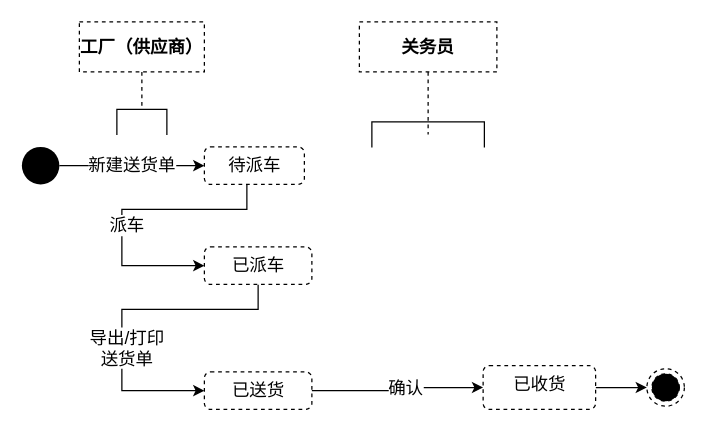
Above: page "送货单状态" (4 of 5) of shrine-doc/进区预约系统.drawio in easefulfil/CLOUDCARE (draw.io), before the change. Source tidied: cells renumbered, new cells numbered last; positions are measured from the earlier drawing's top-left corner, leaving out a move shared by most shapes. Both pictures are drawn from the tidied source at 125%, with x=0, y=0 at pixel (21, 21).
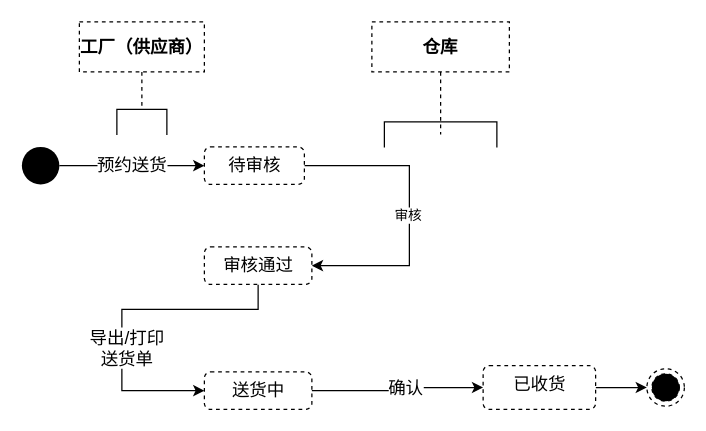
The same diagram, later.

Unchanged cells that the change refers to:
```xml
<mxCell id="3" style="ellipse;fillColor=#000000;strokeColor=none;dashed=1;fontSize=14;" parent="1" vertex="1">
  <mxGeometry y="100" width="30" height="30" as="geometry" />
</mxCell>
```

The edit, as a diff of the source:
```diff
@@
-    <mxCell id="2" value="新建送货单" style="edgeStyle=orthogonalEdgeStyle;rounded=0;jettySize=auto;html=1;fontSize=14;" parent="1" edge="1" source="3" target="6">
+    <mxCell id="2" value="预约送货" style="edgeStyle=orthogonalEdgeStyle;rounded=0;jettySize=auto;html=1;fontSize=14;" parent="1" edge="1" source="3" target="6">
       <mxGeometry relative="1" as="geometry" />
     </mxCell>
@@
-    <mxCell id="4" style="edgeStyle=orthogonalEdgeStyle;rounded=0;jettySize=auto;html=1;fontSize=14;" parent="1" edge="1" source="6" target="9">
+    <mxCell id="4" style="edgeStyle=orthogonalEdgeStyle;rounded=0;jettySize=auto;html=1;entryX=1;entryY=0.5;entryDx=0;entryDy=0;" parent="1" edge="1" source="6" target="9">
       <mxGeometry relative="1" as="geometry">
         <Array as="points">
-          <mxPoint x="180" y="150" />
-          <mxPoint x="80" y="150" />
-          <mxPoint x="80" y="195" />
+          <mxPoint x="310" y="115" />
+          <mxPoint x="310" y="195" />
         </Array>
       </mxGeometry>
     </mxCell>
-    <mxCell id="5" value="派车" style="edgeLabel;html=1;align=center;verticalAlign=middle;fontSize=14;" parent="4" vertex="1">
-      <mxGeometry x="0.01" y="-4" relative="1" as="geometry">
-        <mxPoint y="16" as="offset" />
-      </mxGeometry>
-    </mxCell>
+    <mxCell id="20" value="审核" style="edgeLabel;html=1;align=center;verticalAlign=middle;" parent="4" vertex="1">
+      <mxGeometry x="0.02" y="-2" relative="1" as="geometry" />
+    </mxCell>
-    <mxCell id="6" value="待派车" style="html=1;align=center;verticalAlign=top;rounded=1;absoluteArcSize=1;arcSize=10;dashed=1;fontSize=14;" parent="1" vertex="1">
+    <mxCell id="6" value="待审核" style="html=1;align=center;verticalAlign=top;rounded=1;absoluteArcSize=1;arcSize=10;dashed=1;fontSize=14;" parent="1" vertex="1">
       <mxGeometry x="146" y="100" width="80" height="30" as="geometry" />
     </mxCell>
@@
-    <mxCell id="9" value="已派车" style="html=1;align=center;verticalAlign=top;rounded=1;absoluteArcSize=1;arcSize=10;dashed=1;fontSize=14;" parent="1" vertex="1">
+    <mxCell id="9" value="审核通过" style="html=1;align=center;verticalAlign=top;rounded=1;absoluteArcSize=1;arcSize=10;dashed=1;fontSize=14;" parent="1" vertex="1">
       <mxGeometry x="146" y="180" width="86" height="30" as="geometry" />
     </mxCell>
-    <mxCell id="10" value="已送货" style="html=1;align=center;verticalAlign=top;rounded=1;absoluteArcSize=1;arcSize=10;dashed=1;fontSize=14;" parent="1" vertex="1">
+    <mxCell id="10" value="送货中" style="html=1;align=center;verticalAlign=top;rounded=1;absoluteArcSize=1;arcSize=10;dashed=1;fontSize=14;" parent="1" vertex="1">
       <mxGeometry x="146" y="280" width="86" height="30" as="geometry" />
     </mxCell>
@@
-    <mxCell id="18" value="&lt;span style=&quot;font-weight: 700&quot;&gt;关务员&lt;/span&gt;" style="shape=umlLifeline;perimeter=lifelinePerimeter;whiteSpace=wrap;html=1;dashed=1;fontSize=14;" parent="1" vertex="1">
-      <mxGeometry x="270" width="110" height="90" as="geometry" />
-    </mxCell>
+    <mxCell id="21" value="&lt;span style=&quot;font-weight: 700&quot;&gt;仓库&lt;/span&gt;" style="shape=umlLifeline;perimeter=lifelinePerimeter;whiteSpace=wrap;html=1;dashed=1;fontSize=14;" parent="1" vertex="1">
+      <mxGeometry x="280" width="110" height="90" as="geometry" />
+    </mxCell>
-    <mxCell id="19" style="shape=partialRectangle;whiteSpace=wrap;html=1;bottom=0;fillColor=none;point=[];" parent="18" vertex="1">
+    <mxCell id="19" style="shape=partialRectangle;whiteSpace=wrap;html=1;bottom=0;fillColor=none;point=[];" parent="21" vertex="1">
       <mxGeometry x="10" y="80" width="90" height="20" as="geometry" />
     </mxCell>
```
